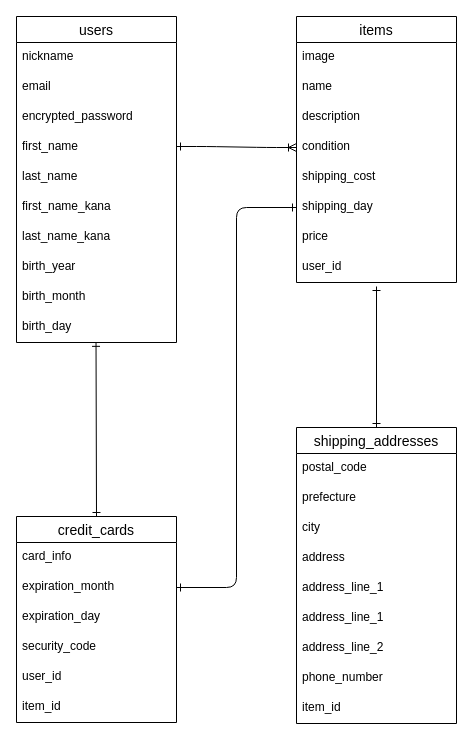
Before: furima.dio in honda-gentuki/furima-37854, a draw.io diagram. Source tidied: cells renumbered, new cells numbered last; positions are measured from the earlier drawing's top-left corner, leaving out a move shared by most shapes. Both pictures are drawn from the tidied source at 100%, with x=0, y=0 at pixel (16, 16).
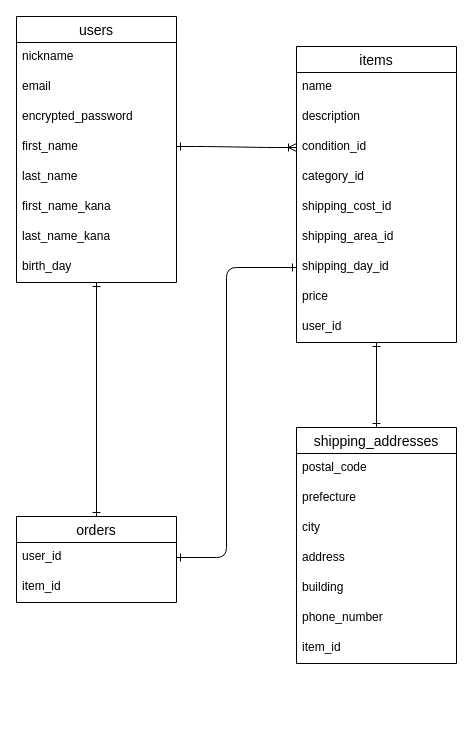
After the change.

The edit, as a diff of the source:
```diff
@@
     <mxCell id="2" value="users" style="swimlane;fontStyle=0;horizontal=1;startSize=26;align=center;fontSize=14;" parent="1" vertex="1">
-      <mxGeometry width="160" height="326" as="geometry" />
+      <mxGeometry width="160" height="266" as="geometry" />
     </mxCell>
@@
-    <mxCell id="10" value="birth_year" style="text;strokeColor=none;fillColor=none;spacingLeft=4;spacingRight=4;overflow=hidden;fontSize=12;" parent="2" vertex="1">
+    <mxCell id="10" value="birth_day" style="text;strokeColor=none;fillColor=none;spacingLeft=4;spacingRight=4;overflow=hidden;fontSize=12;" parent="2" vertex="1">
       <mxGeometry y="236" width="160" height="30" as="geometry" />
     </mxCell>
-    <mxCell id="11" value="birth_month" style="text;strokeColor=none;fillColor=none;spacingLeft=4;spacingRight=4;overflow=hidden;fontSize=12;" parent="2" vertex="1">
-      <mxGeometry y="266" width="160" height="30" as="geometry" />
-    </mxCell>
-    <mxCell id="12" value="birth_day" style="text;strokeColor=none;fillColor=none;spacingLeft=4;spacingRight=4;overflow=hidden;points=[[0,0.5],[1,0.5]];portConstraint=eastwest;fontSize=12;" parent="2" vertex="1">
-      <mxGeometry y="296" width="160" height="30" as="geometry" />
-    </mxCell>
     <mxCell id="13" value="items" style="swimlane;fontStyle=0;horizontal=1;startSize=26;align=center;fontSize=14;" parent="1" vertex="1">
-      <mxGeometry x="280" width="160" height="266" as="geometry" />
+      <mxGeometry x="280" y="30" width="160" height="296" as="geometry" />
     </mxCell>
-    <mxCell id="14" value="image" style="text;strokeColor=none;fillColor=none;spacingLeft=4;spacingRight=4;overflow=hidden;fontSize=12;" parent="13" vertex="1">
-      <mxGeometry y="26" width="160" height="30" as="geometry" />
-    </mxCell>
     <mxCell id="15" value="name" style="text;strokeColor=none;fillColor=none;spacingLeft=4;spacingRight=4;overflow=hidden;fontSize=12;" parent="13" vertex="1">
-      <mxGeometry y="56" width="160" height="30" as="geometry" />
+      <mxGeometry y="26" width="160" height="30" as="geometry" />
     </mxCell>
     <mxCell id="16" value="description" style="text;strokeColor=none;fillColor=none;spacingLeft=4;spacingRight=4;overflow=hidden;fontSize=12;" parent="13" vertex="1">
-      <mxGeometry y="86" width="160" height="30" as="geometry" />
+      <mxGeometry y="56" width="160" height="30" as="geometry" />
     </mxCell>
-    <mxCell id="17" value="condition" style="text;strokeColor=none;fillColor=none;spacingLeft=4;spacingRight=4;overflow=hidden;points=[[0,0.5],[1,0.5]];portConstraint=eastwest;fontSize=12;" parent="13" vertex="1">
-      <mxGeometry y="116" width="160" height="30" as="geometry" />
+    <mxCell id="17" value="condition_id" style="text;strokeColor=none;fillColor=none;spacingLeft=4;spacingRight=4;overflow=hidden;points=[[0,0.5],[1,0.5]];portConstraint=eastwest;fontSize=12;" parent="13" vertex="1">
+      <mxGeometry y="86" width="160" height="30" as="geometry" />
     </mxCell>
+    <mxCell id="43" value="category_id" style="text;strokeColor=none;fillColor=none;spacingLeft=4;spacingRight=4;overflow=hidden;fontSize=12;" parent="13" vertex="1">
+      <mxGeometry y="116" width="160" height="30" as="geometry" />
+    </mxCell>
-    <mxCell id="18" value="shipping_cost" style="text;strokeColor=none;fillColor=none;spacingLeft=4;spacingRight=4;overflow=hidden;fontSize=12;" parent="13" vertex="1">
+    <mxCell id="18" value="shipping_cost_id" style="text;strokeColor=none;fillColor=none;spacingLeft=4;spacingRight=4;overflow=hidden;fontSize=12;" parent="13" vertex="1">
       <mxGeometry y="146" width="160" height="30" as="geometry" />
     </mxCell>
+    <mxCell id="44" value="shipping_area_id" style="text;strokeColor=none;fillColor=none;spacingLeft=4;spacingRight=4;overflow=hidden;fontSize=12;" parent="13" vertex="1">
+      <mxGeometry y="176" width="160" height="30" as="geometry" />
+    </mxCell>
-    <mxCell id="19" value="shipping_day" style="text;strokeColor=none;fillColor=none;spacingLeft=4;spacingRight=4;overflow=hidden;points=[[0,0.5],[1,0.5]];portConstraint=eastwest;fontSize=12;" parent="13" vertex="1">
-      <mxGeometry y="176" width="160" height="30" as="geometry" />
+    <mxCell id="19" value="shipping_day_id" style="text;strokeColor=none;fillColor=none;spacingLeft=4;spacingRight=4;overflow=hidden;points=[[0,0.5],[1,0.5]];portConstraint=eastwest;fontSize=12;" parent="13" vertex="1">
+      <mxGeometry y="206" width="160" height="30" as="geometry" />
     </mxCell>
     <mxCell id="20" value="price" style="text;strokeColor=none;fillColor=none;spacingLeft=4;spacingRight=4;overflow=hidden;fontSize=12;" parent="13" vertex="1">
-      <mxGeometry y="206" width="160" height="30" as="geometry" />
+      <mxGeometry y="236" width="160" height="30" as="geometry" />
     </mxCell>
     <mxCell id="21" value="user_id" style="text;strokeColor=none;fillColor=none;spacingLeft=4;spacingRight=4;overflow=hidden;fontSize=12;" parent="13" vertex="1">
-      <mxGeometry y="236" width="160" height="30" as="geometry" />
+      <mxGeometry y="266" width="160" height="30" as="geometry" />
     </mxCell>
     <mxCell id="22" value="shipping_addresses" style="swimlane;fontStyle=0;horizontal=1;startSize=26;align=center;fontSize=14;" parent="1" vertex="1">
-      <mxGeometry x="280" y="411" width="160" height="296" as="geometry" />
+      <mxGeometry x="280" y="411" width="160" height="236" as="geometry" />
     </mxCell>
@@
-    <mxCell id="27" value="address_line_1" style="text;strokeColor=none;fillColor=none;spacingLeft=4;spacingRight=4;overflow=hidden;fontSize=12;" parent="22" vertex="1">
-      <mxGeometry y="146" width="160" height="30" as="geometry" />
-    </mxCell>
-    <mxCell id="28" value="address_line_1" style="text;strokeColor=none;fillColor=none;spacingLeft=4;spacingRight=4;overflow=hidden;fontSize=12;" parent="22" vertex="1">
-      <mxGeometry y="176" width="160" height="30" as="geometry" />
-    </mxCell>
-    <mxCell id="29" value="address_line_2" style="text;strokeColor=none;fillColor=none;spacingLeft=4;spacingRight=4;overflow=hidden;fontSize=12;" parent="22" vertex="1">
-      <mxGeometry y="206" width="160" height="30" as="geometry" />
+    <mxCell id="29" value="building" style="text;strokeColor=none;fillColor=none;spacingLeft=4;spacingRight=4;overflow=hidden;fontSize=12;" parent="22" vertex="1">
+      <mxGeometry y="146" width="160" height="30" as="geometry" />
     </mxCell>
     <mxCell id="30" value="phone_number" style="text;strokeColor=none;fillColor=none;spacingLeft=4;spacingRight=4;overflow=hidden;fontSize=12;" parent="22" vertex="1">
-      <mxGeometry y="236" width="160" height="30" as="geometry" />
+      <mxGeometry y="176" width="160" height="30" as="geometry" />
     </mxCell>
     <mxCell id="31" value="item_id" style="text;strokeColor=none;fillColor=none;spacingLeft=4;spacingRight=4;overflow=hidden;fontSize=12;" parent="22" vertex="1">
-      <mxGeometry y="266" width="160" height="30" as="geometry" />
+      <mxGeometry y="206" width="160" height="30" as="geometry" />
     </mxCell>
-    <mxCell id="32" value="credit_cards" style="swimlane;fontStyle=0;horizontal=1;startSize=26;align=center;fontSize=14;" parent="1" vertex="1">
-      <mxGeometry y="500" width="160" height="206" as="geometry" />
+    <mxCell id="32" value="orders" style="swimlane;fontStyle=0;horizontal=1;startSize=26;align=center;fontSize=14;" parent="1" vertex="1">
+      <mxGeometry y="500" width="160" height="86" as="geometry" />
     </mxCell>
-    <mxCell id="33" value="card_info" style="text;strokeColor=none;fillColor=none;spacingLeft=4;spacingRight=4;overflow=hidden;fontSize=12;" parent="32" vertex="1">
-      <mxGeometry y="26" width="160" height="30" as="geometry" />
-    </mxCell>
-    <mxCell id="34" value="expiration_month" style="text;strokeColor=none;fillColor=none;spacingLeft=4;spacingRight=4;overflow=hidden;points=[[0,0.5],[1,0.5]];portConstraint=eastwest;fontSize=12;" parent="32" vertex="1">
-      <mxGeometry y="56" width="160" height="30" as="geometry" />
-    </mxCell>
-    <mxCell id="35" value="expiration_day" style="text;strokeColor=none;fillColor=none;spacingLeft=4;spacingRight=4;overflow=hidden;fontSize=12;" parent="32" vertex="1">
-      <mxGeometry y="86" width="160" height="30" as="geometry" />
-    </mxCell>
-    <mxCell id="36" value="security_code" style="text;strokeColor=none;fillColor=none;spacingLeft=4;spacingRight=4;overflow=hidden;fontSize=12;" parent="32" vertex="1">
-      <mxGeometry y="116" width="160" height="30" as="geometry" />
-    </mxCell>
     <mxCell id="37" value="user_id" style="text;strokeColor=none;fillColor=none;spacingLeft=4;spacingRight=4;overflow=hidden;fontSize=12;" parent="32" vertex="1">
-      <mxGeometry y="146" width="160" height="30" as="geometry" />
+      <mxGeometry y="26" width="160" height="30" as="geometry" />
     </mxCell>
     <mxCell id="38" value="item_id" style="text;strokeColor=none;fillColor=none;spacingLeft=4;spacingRight=4;overflow=hidden;fontSize=12;" parent="32" vertex="1">
-      <mxGeometry y="176" width="160" height="30" as="geometry" />
+      <mxGeometry y="56" width="160" height="30" as="geometry" />
     </mxCell>
@@
-    <mxCell id="40" style="fontSize=12;html=1;endArrow=ERone;startArrow=ERone;exitX=0.5;exitY=0;exitDx=0;exitDy=0;startFill=0;endFill=0;entryX=0.497;entryY=0.995;entryDx=0;entryDy=0;entryPerimeter=0;" parent="1" edge="1" source="32" target="12">
+    <mxCell id="40" style="fontSize=12;html=1;endArrow=ERone;startArrow=ERone;exitX=0.5;exitY=0;exitDx=0;exitDy=0;startFill=0;endFill=0;entryX=0.5;entryY=1;entryDx=0;entryDy=0;" parent="1" edge="1" source="32" target="2">
       <mxGeometry relative="1" as="geometry" />
     </mxCell>
-    <mxCell id="41" style="fontSize=12;html=1;endArrow=ERone;startArrow=ERone;exitX=0.5;exitY=0;exitDx=0;exitDy=0;startFill=0;endFill=0;" parent="1" edge="1" source="22">
-      <mxGeometry relative="1" as="geometry">
-        <mxPoint x="360" y="270" as="targetPoint" />
-      </mxGeometry>
+    <mxCell id="41" style="fontSize=12;html=1;endArrow=ERone;startArrow=ERone;exitX=0.5;exitY=0;exitDx=0;exitDy=0;startFill=0;endFill=0;entryX=0.5;entryY=1;entryDx=0;entryDy=0;" parent="1" edge="1" source="22" target="13">
+      <mxGeometry relative="1" as="geometry" />
     </mxCell>
-    <mxCell id="42" style="edgeStyle=orthogonalEdgeStyle;fontSize=12;html=1;endArrow=ERone;startArrow=ERone;entryX=0;entryY=0.5;entryDx=0;entryDy=0;exitX=1;exitY=0.5;exitDx=0;exitDy=0;startFill=0;endFill=0;" parent="1" edge="1" source="34" target="19">
-      <mxGeometry relative="1" as="geometry" />
+    <mxCell id="42" style="edgeStyle=orthogonalEdgeStyle;fontSize=12;html=1;endArrow=ERone;startArrow=ERone;entryX=0;entryY=0.5;entryDx=0;entryDy=0;exitX=1;exitY=0.5;exitDx=0;exitDy=0;startFill=0;endFill=0;" parent="1" edge="1" target="19">
+      <mxGeometry relative="1" as="geometry">
+        <mxPoint x="160" y="541" as="sourcePoint" />
+        <Array as="points">
+          <mxPoint x="210" y="541" />
+          <mxPoint x="210" y="251" />
+        </Array>
+      </mxGeometry>
     </mxCell>
```
